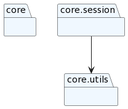
StephenButters13/onlineStore keeps this PlantUML diagram as core/packages.png. Above is the earlier version. Its diagram source:
```plantuml
@startuml
set namespaceSeparator none
package "core" as core #aliceblue {
}
package "core.session" as core.session #aliceblue {
}
package "core.utils" as core.utils #aliceblue {
}
core.session --> core.utils
@enduml
```
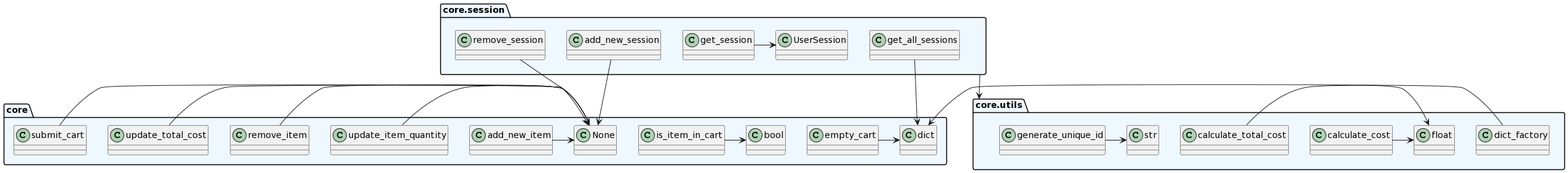
The same file after the commit.

Change to the diagram source:
```diff
@@ -1,10 +1,25 @@
 @startuml
 set namespaceSeparator none
 package "core" as core #aliceblue {
+    empty_cart -> dict
+    is_item_in_cart -> bool
+    add_new_item -> None
+    update_item_quantity -> None
+    remove_item -> None
+    update_total_cost -> None
+    submit_cart -> None
 }
 package "core.session" as core.session #aliceblue {
+    add_new_session -> None
+    get_session -> UserSession
+    remove_session -> None
+    get_all_sessions -> dict
 }
 package "core.utils" as core.utils #aliceblue {
+    dict_factory -> dict
+    calculate_cost -> float
+    calculate_total_cost -> float
+    generate_unique_id -> str
 }
 core.session --> core.utils
 @enduml
```
